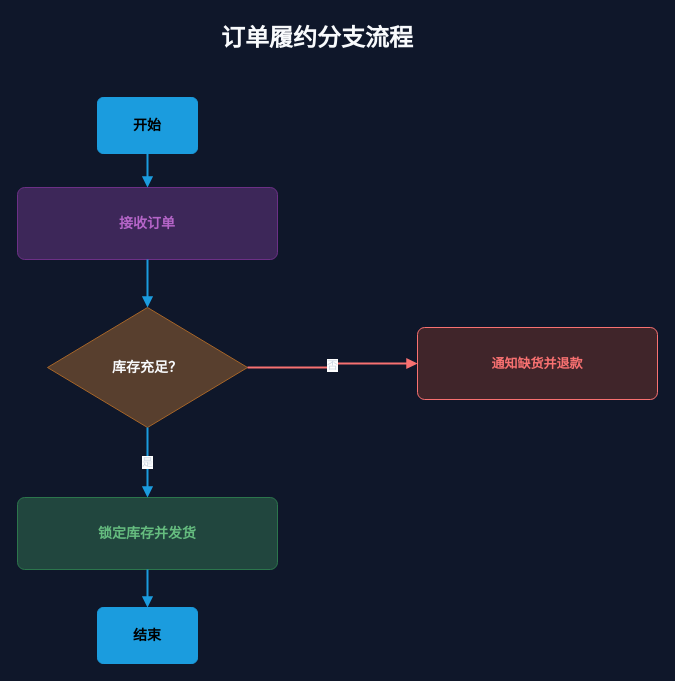
This is docs/xml-diagram/drawio/flow-branching-vibrant-dark-smart-retail.drawio from BeWaterMyFriend7/SKILL-PROJECT, a draw.io file, before an edit. Source tidied: cells renumbered, new cells numbered last; positions are measured from the earlier drawing's top-left corner, leaving out a move shared by most shapes. Both pictures are drawn from the tidied source at 100%, with x=0, y=0 at pixel (17, 17).
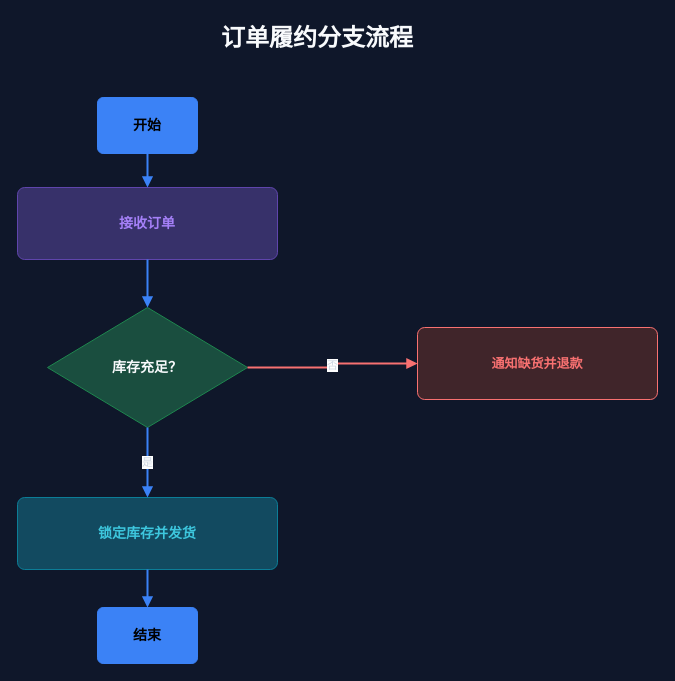
The same diagram, later.

What changed in the source:
```diff
@@
 <mxGraphModel background="#0F172A">
   <root>
     <mxCell id="0" />
     <mxCell id="1" parent="0" />
     <mxCell id="2" value="订单履约分支流程" style="text;strokeColor=none;fillColor=none;align=center;verticalAlign=middle;html=1;whiteSpace=wrap;fontFamily=Inter, Noto Sans SC, Microsoft YaHei, sans-serif;fontSize=24;fontColor=#F8FAFC;fontStyle=1;" parent="1" vertex="1">
       <mxGeometry x="60" width="480" height="42" as="geometry" />
     </mxCell>
-    <mxCell id="3" value="开始" style="rounded=1;arcSize=10;fillColor=#1B9CDE;strokeColor=#1B9CDE;align=center;verticalAlign=middle;html=1;whiteSpace=wrap;fontFamily=Inter, Noto Sans SC, Microsoft YaHei, sans-serif;fontSize=14;fontColor=#000000;fontStyle=1;" parent="1" vertex="1">
+    <mxCell id="3" value="开始" style="rounded=1;arcSize=10;fillColor=#3B82F6;strokeColor=#3B82F6;align=center;verticalAlign=middle;html=1;whiteSpace=wrap;fontFamily=Inter, Noto Sans SC, Microsoft YaHei, sans-serif;fontSize=14;fontColor=#000000;fontStyle=1;" parent="1" vertex="1">
       <mxGeometry x="80" y="80" width="100" height="56" as="geometry" />
     </mxCell>
-    <mxCell id="4" value="接收订单" style="rounded=1;arcSize=10;fillColor=#3D2759;strokeColor=#6C3086;html=1;whiteSpace=wrap;fontFamily=Inter, Noto Sans SC, Microsoft YaHei, sans-serif;fontSize=14;fontColor=#B565C8;fontStyle=1;" parent="1" vertex="1">
+    <mxCell id="4" value="接收订单" style="rounded=1;arcSize=10;fillColor=#37316A;strokeColor=#5F45AC;html=1;whiteSpace=wrap;fontFamily=Inter, Noto Sans SC, Microsoft YaHei, sans-serif;fontSize=14;fontColor=#A580F8;fontStyle=1;" parent="1" vertex="1">
       <mxGeometry y="170" width="260" height="72" as="geometry" />
     </mxCell>
-    <mxCell id="5" value="库存充足？" style="rhombus;fillColor=#583F2E;strokeColor=#A66528;align=center;verticalAlign=middle;html=1;whiteSpace=wrap;fontFamily=Inter, Noto Sans SC, Microsoft YaHei, sans-serif;fontSize=14;fontColor=#F8FAFC;fontStyle=1;" parent="1" vertex="1">
+    <mxCell id="5" value="库存充足？" style="rhombus;fillColor=#1A4E3F;strokeColor=#1E864E;align=center;verticalAlign=middle;html=1;whiteSpace=wrap;fontFamily=Inter, Noto Sans SC, Microsoft YaHei, sans-serif;fontSize=14;fontColor=#F8FAFC;fontStyle=1;" parent="1" vertex="1">
       <mxGeometry x="30" y="290" width="200" height="120" as="geometry" />
     </mxCell>
-    <mxCell id="6" value="锁定库存并发货" style="rounded=1;arcSize=10;fillColor=#21463E;strokeColor=#2C754C;html=1;whiteSpace=wrap;fontFamily=Inter, Noto Sans SC, Microsoft YaHei, sans-serif;fontSize=14;fontColor=#65BC7F;fontStyle=1;" parent="1" vertex="1">
+    <mxCell id="6" value="锁定库存并发货" style="rounded=1;arcSize=10;fillColor=#124A60;strokeColor=#0C7D97;html=1;whiteSpace=wrap;fontFamily=Inter, Noto Sans SC, Microsoft YaHei, sans-serif;fontSize=14;fontColor=#3DC6DD;fontStyle=1;" parent="1" vertex="1">
       <mxGeometry y="480" width="260" height="72" as="geometry" />
     </mxCell>
     <mxCell id="7" value="通知缺货并退款" style="rounded=1;arcSize=10;fillColor=#40252A;strokeColor=#F87171;align=center;verticalAlign=middle;html=1;whiteSpace=wrap;fontFamily=Inter, Noto Sans SC, Microsoft YaHei, sans-serif;fontSize=13;fontColor=#F87171;fontStyle=1;" parent="1" vertex="1">
       <mxGeometry x="400" y="310" width="240" height="72" as="geometry" />
     </mxCell>
-    <mxCell id="8" value="结束" style="rounded=1;arcSize=10;fillColor=#1B9CDE;strokeColor=#1B9CDE;align=center;verticalAlign=middle;html=1;whiteSpace=wrap;fontFamily=Inter, Noto Sans SC, Microsoft YaHei, sans-serif;fontSize=14;fontColor=#000000;fontStyle=1;" parent="1" vertex="1">
+    <mxCell id="8" value="结束" style="rounded=1;arcSize=10;fillColor=#3B82F6;strokeColor=#3B82F6;align=center;verticalAlign=middle;html=1;whiteSpace=wrap;fontFamily=Inter, Noto Sans SC, Microsoft YaHei, sans-serif;fontSize=14;fontColor=#000000;fontStyle=1;" parent="1" vertex="1">
       <mxGeometry x="80" y="590" width="100" height="56" as="geometry" />
     </mxCell>
-    <mxCell id="9" style="edgeStyle=orthogonalEdgeStyle;rounded=0;html=1;strokeColor=#1B9CDE;strokeWidth=2;endArrow=block;endFill=1;fontFamily=Inter, Noto Sans SC, Microsoft YaHei, sans-serif;fontSize=11;fontColor=#CBD5E1;" parent="1" edge="1" source="3" target="4">
+    <mxCell id="9" style="edgeStyle=orthogonalEdgeStyle;rounded=0;html=1;strokeColor=#3B82F6;strokeWidth=2;endArrow=block;endFill=1;fontFamily=Inter, Noto Sans SC, Microsoft YaHei, sans-serif;fontSize=11;fontColor=#CBD5E1;" parent="1" edge="1" source="3" target="4">
       <mxGeometry relative="1" as="geometry" />
     </mxCell>
-    <mxCell id="10" style="edgeStyle=orthogonalEdgeStyle;rounded=0;html=1;strokeColor=#1B9CDE;strokeWidth=2;endArrow=block;endFill=1;fontFamily=Inter, Noto Sans SC, Microsoft YaHei, sans-serif;fontSize=11;fontColor=#CBD5E1;" parent="1" edge="1" source="4" target="5">
+    <mxCell id="10" style="edgeStyle=orthogonalEdgeStyle;rounded=0;html=1;strokeColor=#3B82F6;strokeWidth=2;endArrow=block;endFill=1;fontFamily=Inter, Noto Sans SC, Microsoft YaHei, sans-serif;fontSize=11;fontColor=#CBD5E1;" parent="1" edge="1" source="4" target="5">
       <mxGeometry relative="1" as="geometry" />
     </mxCell>
-    <mxCell id="11" value="是" style="edgeStyle=orthogonalEdgeStyle;rounded=0;html=1;strokeColor=#1B9CDE;strokeWidth=2;endArrow=block;endFill=1;fontFamily=Inter, Noto Sans SC, Microsoft YaHei, sans-serif;fontSize=11;fontColor=#CBD5E1;" parent="1" edge="1" source="5" target="6">
+    <mxCell id="11" value="是" style="edgeStyle=orthogonalEdgeStyle;rounded=0;html=1;strokeColor=#3B82F6;strokeWidth=2;endArrow=block;endFill=1;fontFamily=Inter, Noto Sans SC, Microsoft YaHei, sans-serif;fontSize=11;fontColor=#CBD5E1;" parent="1" edge="1" source="5" target="6">
       <mxGeometry relative="1" as="geometry" />
     </mxCell>
     <mxCell id="12" value="否" style="edgeStyle=orthogonalEdgeStyle;rounded=0;html=1;strokeColor=#F87171;strokeWidth=2;endArrow=block;endFill=1;fontFamily=Inter, Noto Sans SC, Microsoft YaHei, sans-serif;fontSize=11;fontColor=#CBD5E1;" parent="1" edge="1" source="5" target="7">
       <mxGeometry relative="1" as="geometry" />
     </mxCell>
-    <mxCell id="13" style="edgeStyle=orthogonalEdgeStyle;rounded=0;html=1;strokeColor=#1B9CDE;strokeWidth=2;endArrow=block;endFill=1;fontFamily=Inter, Noto Sans SC, Microsoft YaHei, sans-serif;fontSize=11;fontColor=#CBD5E1;" parent="1" edge="1" source="6" target="8">
+    <mxCell id="13" style="edgeStyle=orthogonalEdgeStyle;rounded=0;html=1;strokeColor=#3B82F6;strokeWidth=2;endArrow=block;endFill=1;fontFamily=Inter, Noto Sans SC, Microsoft YaHei, sans-serif;fontSize=11;fontColor=#CBD5E1;" parent="1" edge="1" source="6" target="8">
       <mxGeometry relative="1" as="geometry" />
     </mxCell>
   </root>
 </mxGraphModel>
```
